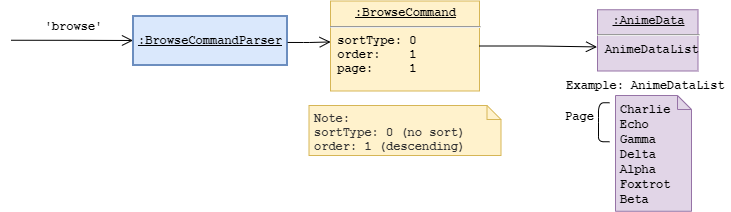
The draw.io diagram docs/images/Browse-Default-State.png in nus-cs2113-AY2021S1/tp, before a commit. Source tidied: cells renumbered, new cells last; positions are measured from the earlier drawing's top-left corner, leaving out a move shared by most shapes.
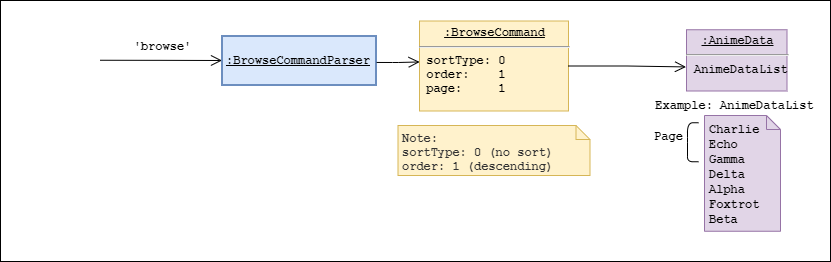
Later version of the same file.

Diff of the diagram source:
```diff
@@ -61,5 +61,8 @@
     <mxCell id="16" value="&lt;div style=&quot;font-family: &amp;#34;helvetica&amp;#34; ; font-weight: 400 ; text-align: justify&quot;&gt;&lt;font face=&quot;Courier New&quot;&gt;&lt;b&gt;Charlie&lt;/b&gt;&lt;/font&gt;&lt;/div&gt;&lt;div style=&quot;font-family: &amp;#34;helvetica&amp;#34; ; font-weight: 400 ; text-align: justify&quot;&gt;&lt;font face=&quot;Courier New&quot;&gt;&lt;b&gt;Echo&lt;/b&gt;&lt;/font&gt;&lt;/div&gt;&lt;div style=&quot;font-family: &amp;#34;helvetica&amp;#34; ; font-weight: 400 ; text-align: justify&quot;&gt;&lt;font face=&quot;Courier New&quot;&gt;&lt;b&gt;Gamma&lt;/b&gt;&lt;/font&gt;&lt;/div&gt;&lt;div style=&quot;font-family: &amp;#34;helvetica&amp;#34; ; font-weight: 400 ; text-align: justify&quot;&gt;&lt;font face=&quot;Courier New&quot;&gt;&lt;b&gt;Delta&lt;/b&gt;&lt;/font&gt;&lt;/div&gt;&lt;div style=&quot;font-family: &amp;#34;helvetica&amp;#34; ; font-weight: 400 ; text-align: justify&quot;&gt;&lt;font face=&quot;Courier New&quot;&gt;&lt;b&gt;Alpha&lt;/b&gt;&lt;/font&gt;&lt;/div&gt;&lt;div style=&quot;font-family: &amp;#34;helvetica&amp;#34; ; font-weight: 400 ; text-align: justify&quot;&gt;&lt;font face=&quot;Courier New&quot;&gt;&lt;b&gt;Foxtrot&lt;/b&gt;&lt;/font&gt;&lt;/div&gt;&lt;div style=&quot;font-family: &amp;#34;helvetica&amp;#34; ; font-weight: 400 ; text-align: justify&quot;&gt;&lt;font face=&quot;Courier New&quot;&gt;&lt;b&gt;Beta&lt;/b&gt;&lt;/font&gt;&lt;/div&gt;" style="shape=note;whiteSpace=wrap;html=1;size=14;verticalAlign=top;align=left;spacingTop=0;fillColor=#E1D5E7;strokeColor=#9673A6;spacing=2;spacingLeft=3;fontStyle=1;fontFamily=Courier New;" parent="1" vertex="1">
       <mxGeometry x="604" y="94" width="76" height="115.8" as="geometry" />
     </mxCell>
+    <mxCell id="17" style="verticalLabelPosition=bottom;verticalAlign=top;html=1;shape=mxgraph.basic.rect;fillColor2=none;strokeWidth=1;size=20;indent=5;fontFamily=Courier New;fontSize=12;fillColor=none;" parent="1" vertex="1">
+      <mxGeometry x="-100" y="-21" width="830" height="261" as="geometry" />
+    </mxCell>
   </root>
 </mxGraphModel>
```
